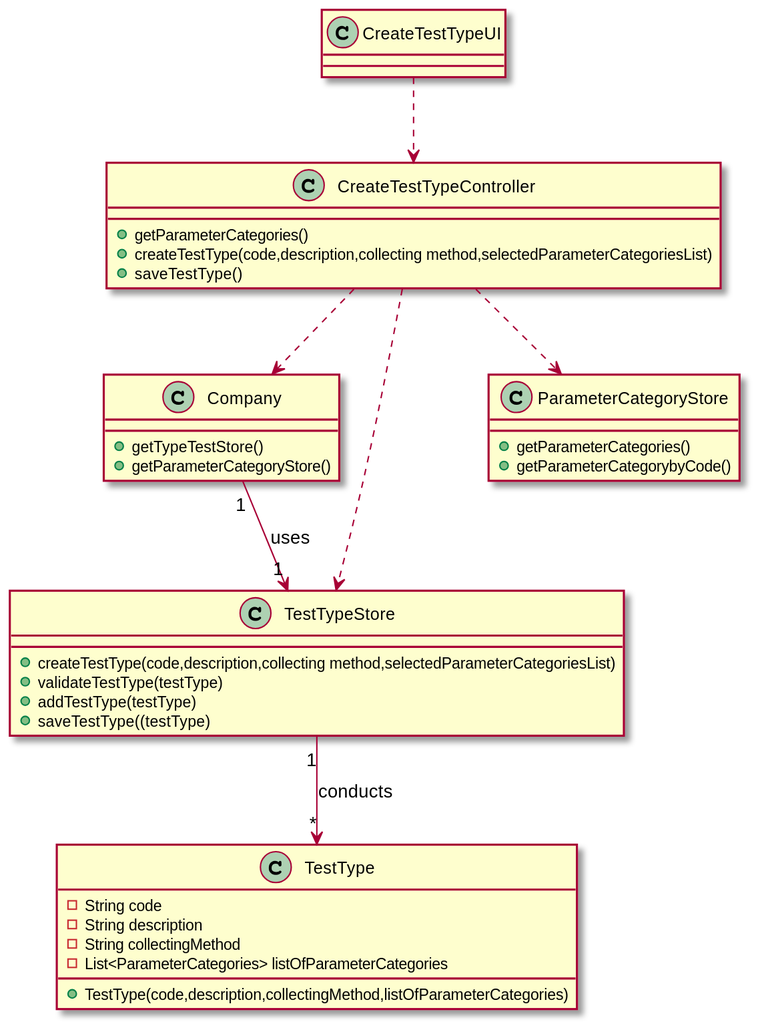
Above: docs/SprintB/US09/US09_CD.svg in manu-07-ela/LAPR2_ISEP (PlantUML), before the change.
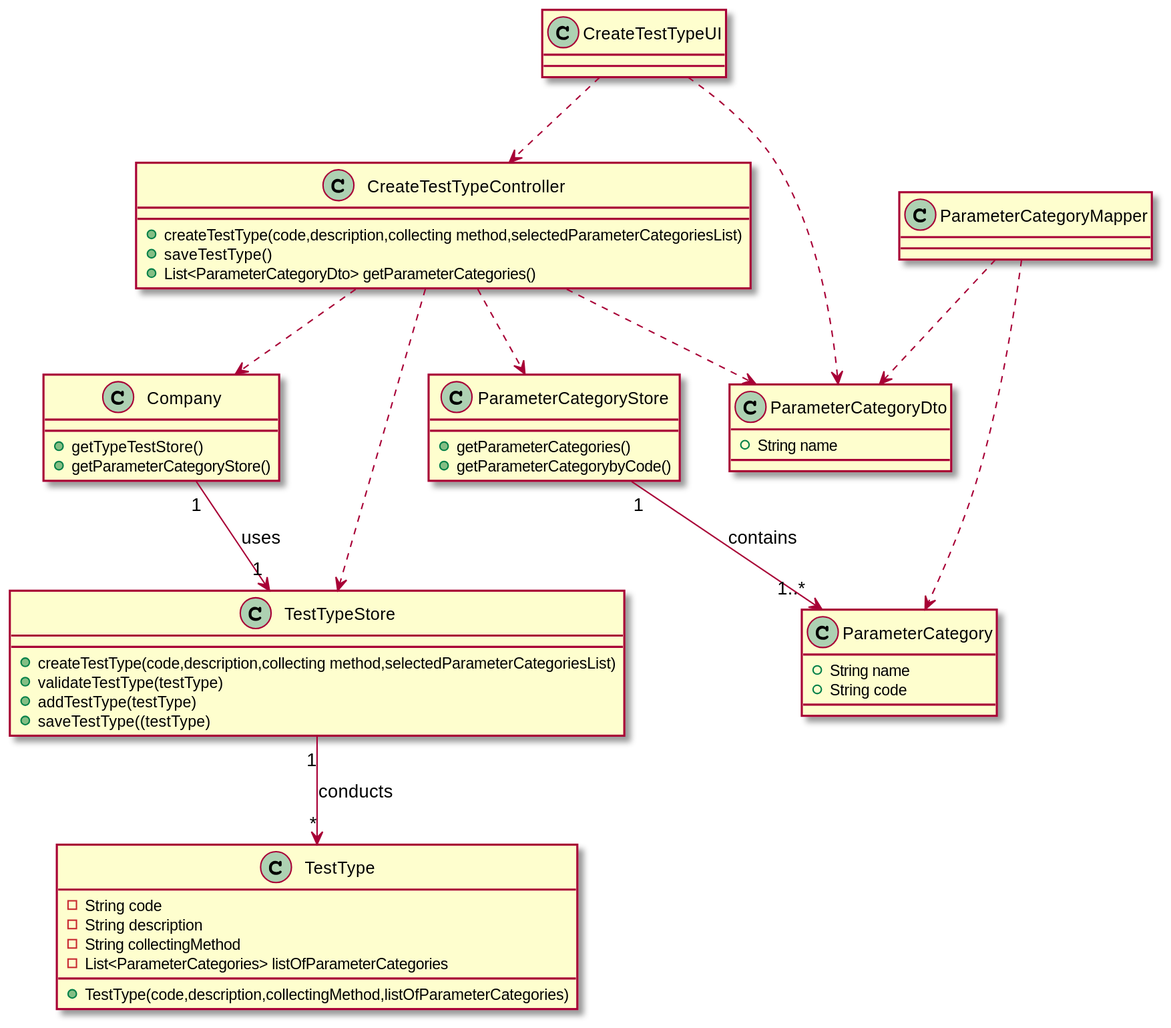
The same file after the commit.

The edit, as a diff of the source:
```diff
@@ -9,9 +9,9 @@
 }
 
 class CreateTestTypeController{
-+getParameterCategories()
 +createTestType(code,description,collecting method,selectedParameterCategoriesList)
 +saveTestType()
++List<ParameterCategoryDto> getParameterCategories()
 }
 
 class TestType{
@@ -34,11 +34,29 @@
 +getParameterCategorybyCode()
 }
 
+class ParameterCategoryMapper{
+}
+
+
+class ParameterCategoryDto{
++ String name
+}
+
+class ParameterCategory{
++ String name
++ String code
+}
+
 CreateTestTypeUI ..> CreateTestTypeController
+CreateTestTypeUI ..> ParameterCategoryDto
 CreateTestTypeController ..> Company
 CreateTestTypeController ..> TestTypeStore
 CreateTestTypeController ..> ParameterCategoryStore
+CreateTestTypeController ..> ParameterCategoryDto
 Company"1"--> "1" TestTypeStore : uses
 TestTypeStore "1"-->"*" TestType : conducts
+ParameterCategoryMapper ..> ParameterCategoryDto
+ParameterCategoryMapper ..> ParameterCategory
+ParameterCategoryStore "1"--> "1..*"ParameterCategory : contains
 
 @enduml
```
